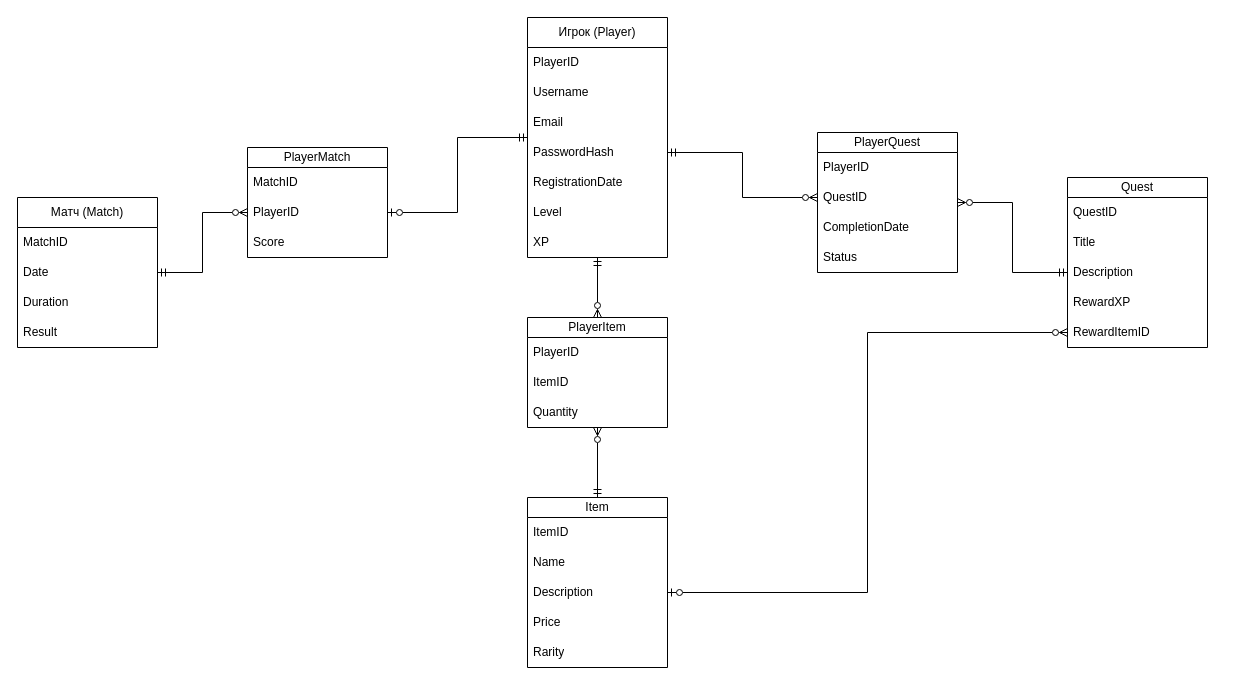
This is Диаграмма без названия.drawio from fl0mast3r/roblox-discord-presence, a draw.io file, before an edit. Source tidied: cells renumbered, new cells numbered last; positions are measured from the earlier drawing's top-left corner, leaving out a move shared by most shapes. Both pictures are drawn from the tidied source at 100%, with x=0, y=0 at pixel (17, 17).
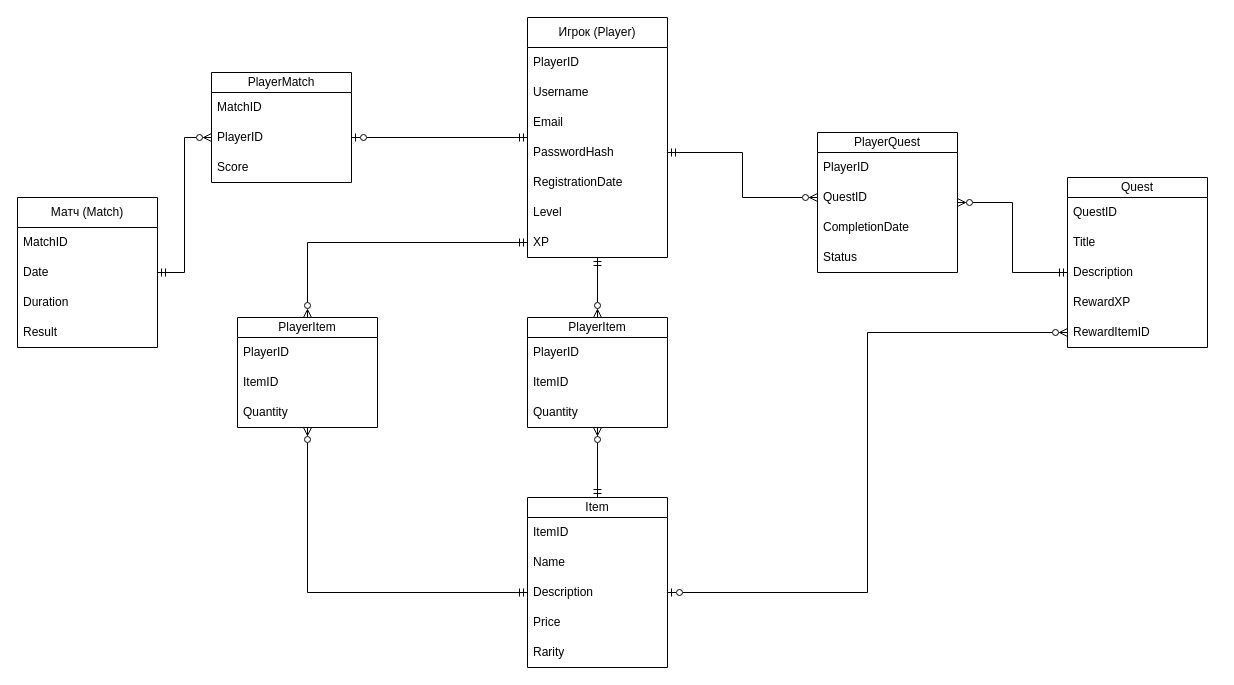
Above is the later version.

Unchanged cells that the change refers to:
```xml
<mxCell id="10" value="XP" style="text;strokeColor=none;fillColor=none;align=left;verticalAlign=middle;spacingLeft=4;spacingRight=4;overflow=hidden;points=[[0,0.5],[1,0.5]];portConstraint=eastwest;whiteSpace=wrap;html=1;" parent="3" vertex="1">
  <mxGeometry y="210" width="140" height="30" as="geometry" />
</mxCell>
<mxCell id="33" value="Description" style="text;strokeColor=none;fillColor=none;align=left;verticalAlign=middle;spacingLeft=4;spacingRight=4;overflow=hidden;points=[[0,0.5],[1,0.5]];portConstraint=eastwest;whiteSpace=wrap;html=1;" parent="29" vertex="1">
  <mxGeometry y="80" width="140" height="30" as="geometry" />
</mxCell>
```

The edit, as a diff of the source:
```diff
@@
     <mxCell id="16" value="PlayerMatch" style="swimlane;fontStyle=0;horizontal=1;startSize=20;whiteSpace=wrap;html=1;" parent="1" vertex="1">
-      <mxGeometry x="230" y="130" width="140" height="110" as="geometry" />
+      <mxGeometry x="194" y="55" width="140" height="110" as="geometry" />
     </mxCell>
@@
+    <mxCell id="52" style="edgeStyle=orthogonalEdgeStyle;rounded=0;jettySize=auto;html=1;entryX=0;entryY=0.5;entryDx=0;entryDy=0;endArrow=ERmandOne;endFill=0;startArrow=ERzeroToMany;startFill=0;" parent="1" edge="1" source="53" target="33">
+      <mxGeometry relative="1" as="geometry" />
+    </mxCell>
+    <mxCell id="53" value="PlayerItem" style="swimlane;fontStyle=0;horizontal=1;startSize=20;whiteSpace=wrap;html=1;" parent="1" vertex="1">
+      <mxGeometry x="220" y="300" width="140" height="110" as="geometry" />
+    </mxCell>
+    <mxCell id="54" value="PlayerID" style="text;strokeColor=none;fillColor=none;align=left;verticalAlign=middle;spacingLeft=4;spacingRight=4;overflow=hidden;whiteSpace=wrap;html=1;" parent="53" vertex="1">
+      <mxGeometry y="20" width="140" height="30" as="geometry" />
+    </mxCell>
+    <mxCell id="55" style="edgeStyle=orthogonalEdgeStyle;rounded=0;jettySize=auto;html=1;exitX=1;exitY=0.5;exitDx=0;exitDy=0;" parent="53" edge="1" source="56">
+      <mxGeometry relative="1" as="geometry">
+        <mxPoint x="140.3" y="64.9" as="targetPoint" />
+      </mxGeometry>
+    </mxCell>
+    <mxCell id="56" value="ItemID" style="text;strokeColor=none;fillColor=none;align=left;verticalAlign=middle;spacingLeft=4;spacingRight=4;overflow=hidden;points=[[0,0.5],[1,0.5]];portConstraint=eastwest;whiteSpace=wrap;html=1;" parent="53" vertex="1">
+      <mxGeometry y="50" width="140" height="30" as="geometry" />
+    </mxCell>
+    <mxCell id="57" value="Quantity" style="text;strokeColor=none;fillColor=none;align=left;verticalAlign=middle;spacingLeft=4;spacingRight=4;overflow=hidden;whiteSpace=wrap;html=1;" parent="53" vertex="1">
+      <mxGeometry y="80" width="140" height="30" as="geometry" />
+    </mxCell>
+    <mxCell id="58" style="edgeStyle=orthogonalEdgeStyle;rounded=0;jettySize=auto;html=1;entryX=0.5;entryY=0;entryDx=0;entryDy=0;endArrow=ERzeroToMany;endFill=0;startArrow=ERmandOne;startFill=0;" parent="1" edge="1" source="10" target="53">
+      <mxGeometry relative="1" as="geometry" />
+    </mxCell>
```
